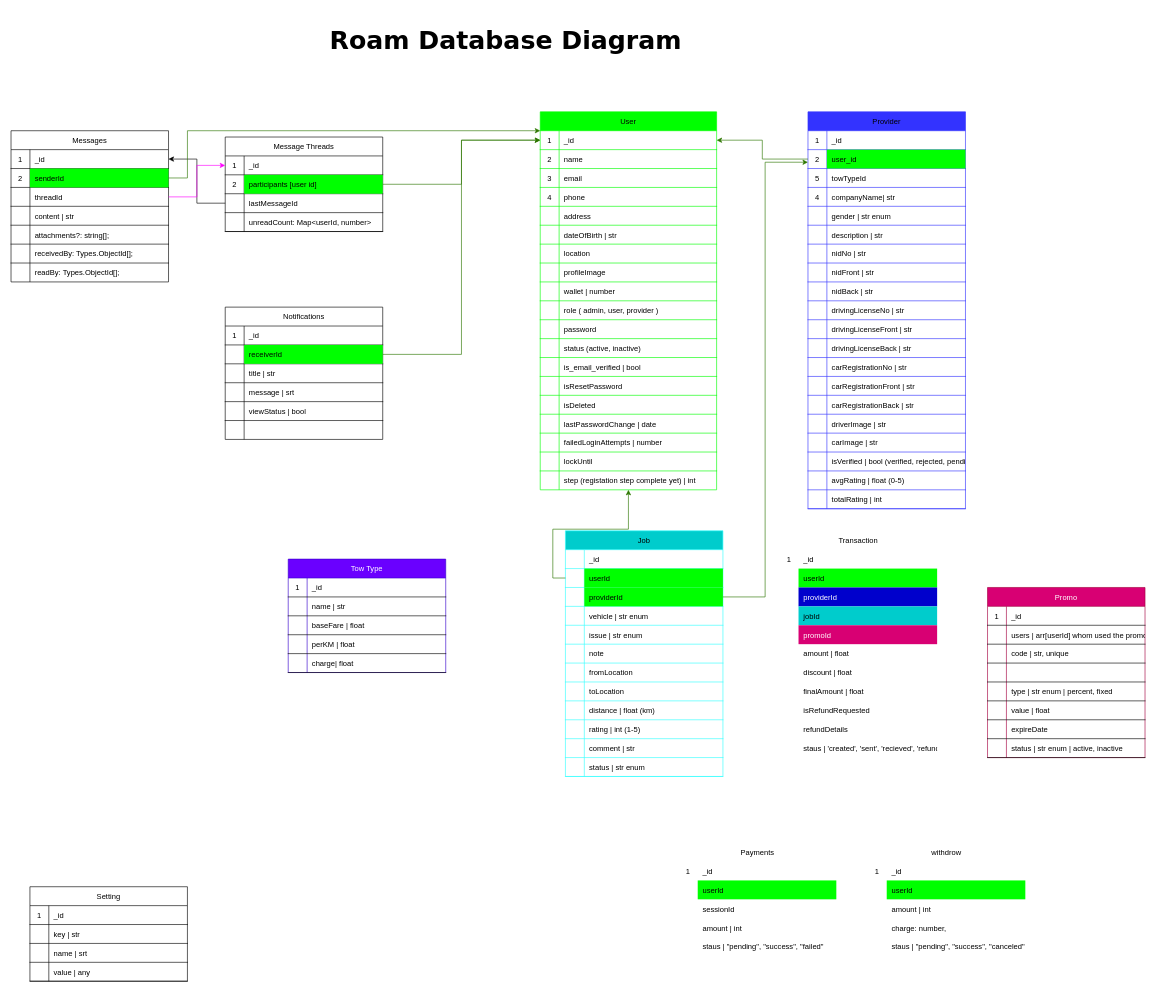
The draw.io diagram page "Diagram" (1 of 2) of Diagram.drawio in mdalmamunDev/roam-backend, before the edit. Source tidied: cells renumbered, new cells numbered last; positions are measured from the earlier drawing's top-left corner, leaving out a move shared by most shapes. Both pictures are drawn from the tidied source at 63%, with x=0, y=0 at pixel (11, 11).
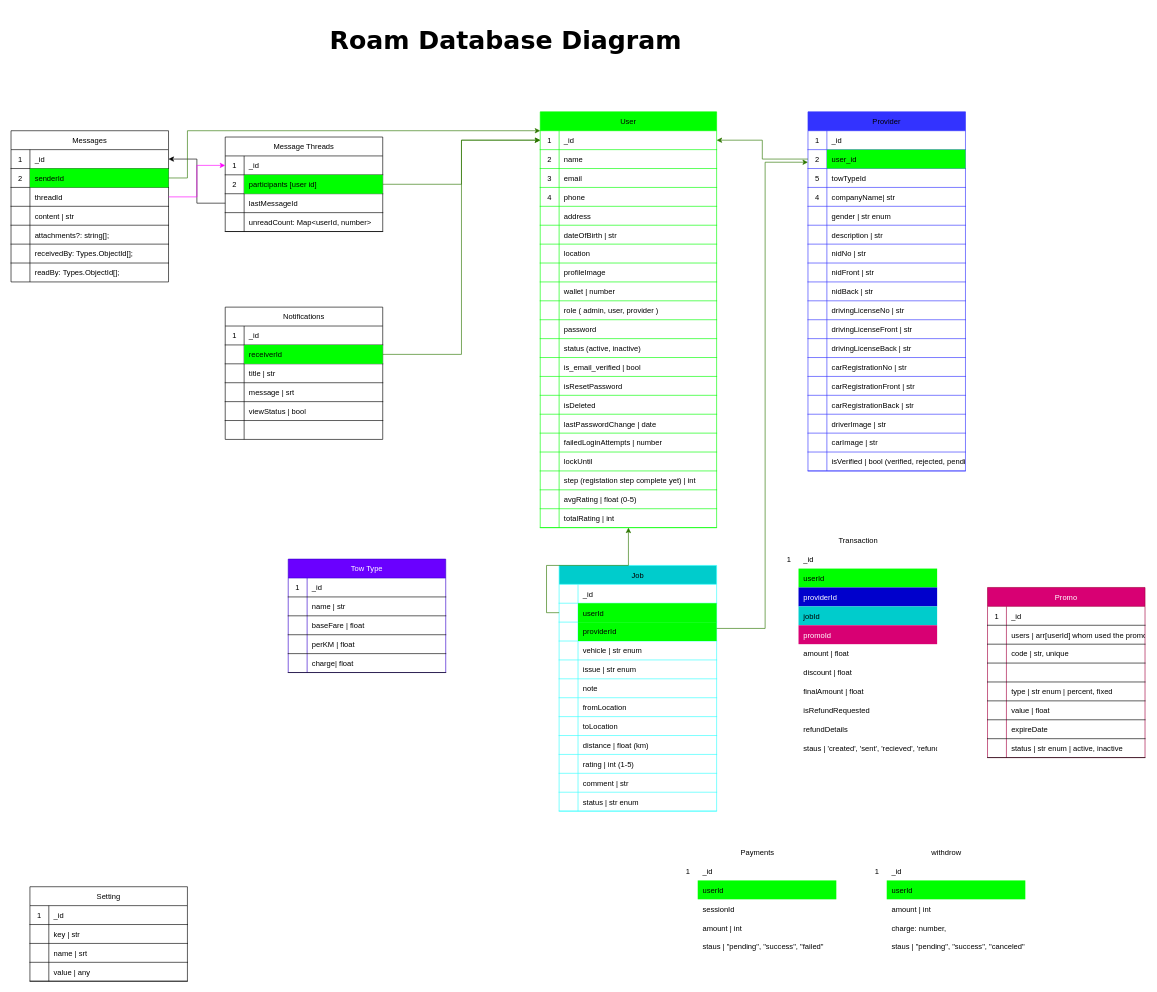
Above is the later version.

The change refers to these unchanged cells:
```xml
<mxCell id="67" style="shape=partialRectangle;fillColor=none;points=[[0,0.5],[1,0.5]];portConstraint=eastwest;top=0;left=0;right=0;bottom=1;fontColor=default;strokeColor=#33FFFF;fontStyle=0;" parent="60" vertex="1">
  <mxGeometry y="90" width="250" height="30" as="geometry" />
</mxCell>
<mxCell id="101" style="shape=partialRectangle;fillColor=none;points=[[0,0.5],[1,0.5]];portConstraint=eastwest;top=0;left=0;right=0;bottom=1;strokeColor=#3333FF;fontStyle=0;" parent="97" vertex="1">
  <mxGeometry y="60" width="250" height="30" as="geometry" />
</mxCell>
```

Diff of the diagram source:
```diff
@@
     <mxCell id="2" value="User" style="shape=table;startSize=30;childLayout=tableLayout;rowLines=0;fontStyle=0;align=center;strokeColor=#00FF00;fillColor=#00FF00;fontColor=#000000;" parent="1" vertex="1">
-      <mxGeometry x="840" y="160" width="280" height="600" as="geometry" />
+      <mxGeometry x="840" y="160" width="280" height="660" as="geometry" />
     </mxCell>
@@
-    <mxCell id="57" style="shape=partialRectangle;fillColor=none;top=0;left=0;right=0;bottom=0;strokeColor=#00FF00;fontStyle=0;" parent="2" vertex="1">
-      <mxGeometry y="570" width="280" height="30" as="geometry" />
-    </mxCell>
-    <mxCell id="58" style="shape=partialRectangle;overflow=hidden;fillColor=none;top=0;left=0;bottom=0;right=0;strokeColor=#00FF00;fontStyle=0;" parent="57" vertex="1">
-      <mxGeometry width="30" height="30" as="geometry" />
-    </mxCell>
+    <mxCell id="349" style="shape=partialRectangle;fillColor=none;top=0;left=0;right=0;bottom=1;strokeColor=#00FF00;fontStyle=0;" parent="2" vertex="1">
+      <mxGeometry y="570" width="280" height="30" as="geometry" />
+    </mxCell>
+    <mxCell id="350" style="shape=partialRectangle;overflow=hidden;fillColor=none;top=0;left=0;bottom=0;right=0;fontStyle=0;strokeColor=#00FF00;" parent="349" vertex="1">
+      <mxGeometry width="30" height="30" as="geometry" />
+    </mxCell>
-    <mxCell id="59" value="step (registation step complete yet) | int" style="shape=partialRectangle;overflow=hidden;fillColor=none;top=0;left=0;bottom=0;right=0;align=left;spacingLeft=6;strokeColor=#00FF00;fontStyle=0;" parent="57" vertex="1">
+    <mxCell id="59" value="step (registation step complete yet) | int" style="shape=partialRectangle;overflow=hidden;fillColor=none;top=0;left=0;bottom=0;right=0;align=left;spacingLeft=6;fontStyle=0;strokeColor=#00FF00;" parent="349" vertex="1">
       <mxGeometry x="30" width="250" height="30" as="geometry" />
     </mxCell>
+    <mxCell id="351" style="shape=partialRectangle;fillColor=none;top=0;left=0;right=0;bottom=1;strokeColor=#00FF00;fontStyle=0;" parent="2" vertex="1">
+      <mxGeometry y="600" width="280" height="30" as="geometry" />
+    </mxCell>
+    <mxCell id="352" style="shape=partialRectangle;overflow=hidden;fillColor=none;top=0;left=0;bottom=0;right=0;fontStyle=0;strokeColor=#00FF00;" parent="351" vertex="1">
+      <mxGeometry width="30" height="30" as="geometry" />
+    </mxCell>
+    <mxCell id="154" value="avgRating | float (0-5)" style="shape=partialRectangle;overflow=hidden;fillColor=none;top=0;left=0;bottom=0;right=0;align=left;spacingLeft=6;fontStyle=0;strokeColor=#00FF00;" parent="351" vertex="1">
+      <mxGeometry x="30" width="250" height="30" as="geometry" />
+    </mxCell>
+    <mxCell id="353" style="shape=partialRectangle;fillColor=none;top=0;left=0;right=0;bottom=1;strokeColor=#00FF00;fontStyle=0;" parent="2" vertex="1">
+      <mxGeometry y="630" width="280" height="30" as="geometry" />
+    </mxCell>
+    <mxCell id="354" style="shape=partialRectangle;overflow=hidden;fillColor=none;top=0;left=0;bottom=0;right=0;fontStyle=0;strokeColor=#00FF00;" parent="353" vertex="1">
+      <mxGeometry width="30" height="30" as="geometry" />
+    </mxCell>
+    <mxCell id="157" value="totalRating | int" style="shape=partialRectangle;overflow=hidden;fillColor=none;top=0;left=0;bottom=0;right=0;align=left;spacingLeft=6;fontStyle=0;strokeColor=#00FF00;" parent="353" vertex="1">
+      <mxGeometry x="30" width="250" height="30" as="geometry" />
+    </mxCell>
     <mxCell id="60" value="Job" style="shape=table;startSize=30;childLayout=tableLayout;rowLines=0;fontStyle=0;align=center;fontColor=default;strokeColor=#33FFFF;fillColor=#00CCCC;" parent="1" vertex="1">
-      <mxGeometry x="880" y="825" width="250" height="390" as="geometry" />
+      <mxGeometry x="870" y="880" width="250" height="390" as="geometry" />
     </mxCell>
@@
     <mxCell id="97" value="Provider" style="shape=table;startSize=30;childLayout=tableLayout;rowLines=0;fontStyle=0;align=center;strokeColor=#3333FF;fontColor=default;fillColor=#3333FF;" parent="1" vertex="1">
-      <mxGeometry x="1265" y="160" width="250" height="630" as="geometry" />
+      <mxGeometry x="1265" y="160" width="250" height="570" as="geometry" />
     </mxCell>
@@
-    <mxCell id="152" style="shape=partialRectangle;fillColor=none;top=0;left=0;right=0;bottom=1;strokeColor=#3333FF;fontStyle=0;" parent="97" vertex="1">
-      <mxGeometry y="570" width="250" height="30" as="geometry" />
-    </mxCell>
-    <mxCell id="153" style="shape=partialRectangle;overflow=hidden;fillColor=none;top=0;left=0;bottom=0;right=0;fontStyle=0;strokeColor=#3333FF;" parent="152" vertex="1">
-      <mxGeometry width="30" height="30" as="geometry" />
-    </mxCell>
-    <mxCell id="154" value="avgRating | float (0-5)" style="shape=partialRectangle;overflow=hidden;fillColor=none;top=0;left=0;bottom=0;right=0;align=left;spacingLeft=6;fontStyle=0;strokeColor=#3333FF;" parent="152" vertex="1">
-      <mxGeometry x="30" width="220" height="30" as="geometry" />
-    </mxCell>
-    <mxCell id="155" style="shape=partialRectangle;fillColor=none;top=0;left=0;right=0;bottom=1;strokeColor=#3333FF;fontStyle=0;" parent="97" vertex="1">
-      <mxGeometry y="600" width="250" height="30" as="geometry" />
-    </mxCell>
-    <mxCell id="156" style="shape=partialRectangle;overflow=hidden;fillColor=none;top=0;left=0;bottom=0;right=0;fontStyle=0;strokeColor=#3333FF;" parent="155" vertex="1">
-      <mxGeometry width="30" height="30" as="geometry" />
-    </mxCell>
-    <mxCell id="157" value="totalRating | int" style="shape=partialRectangle;overflow=hidden;fillColor=none;top=0;left=0;bottom=0;right=0;align=left;spacingLeft=6;fontStyle=0;strokeColor=#3333FF;" parent="155" vertex="1">
-      <mxGeometry x="30" width="220" height="30" as="geometry" />
-    </mxCell>
@@
     <mxCell id="307" style="edgeStyle=orthogonalEdgeStyle;rounded=0;jettySize=auto;html=1;fillColor=#60a917;strokeColor=#2D7600;fontStyle=0;" parent="1" edge="1" source="67" target="101">
       <mxGeometry relative="1" as="geometry">
         <Array as="points">
-          <mxPoint x="1197" y="930" />
+          <mxPoint x="1197" y="980" />
           <mxPoint x="1197" y="240" />
         </Array>
       </mxGeometry>
     </mxCell>
```
